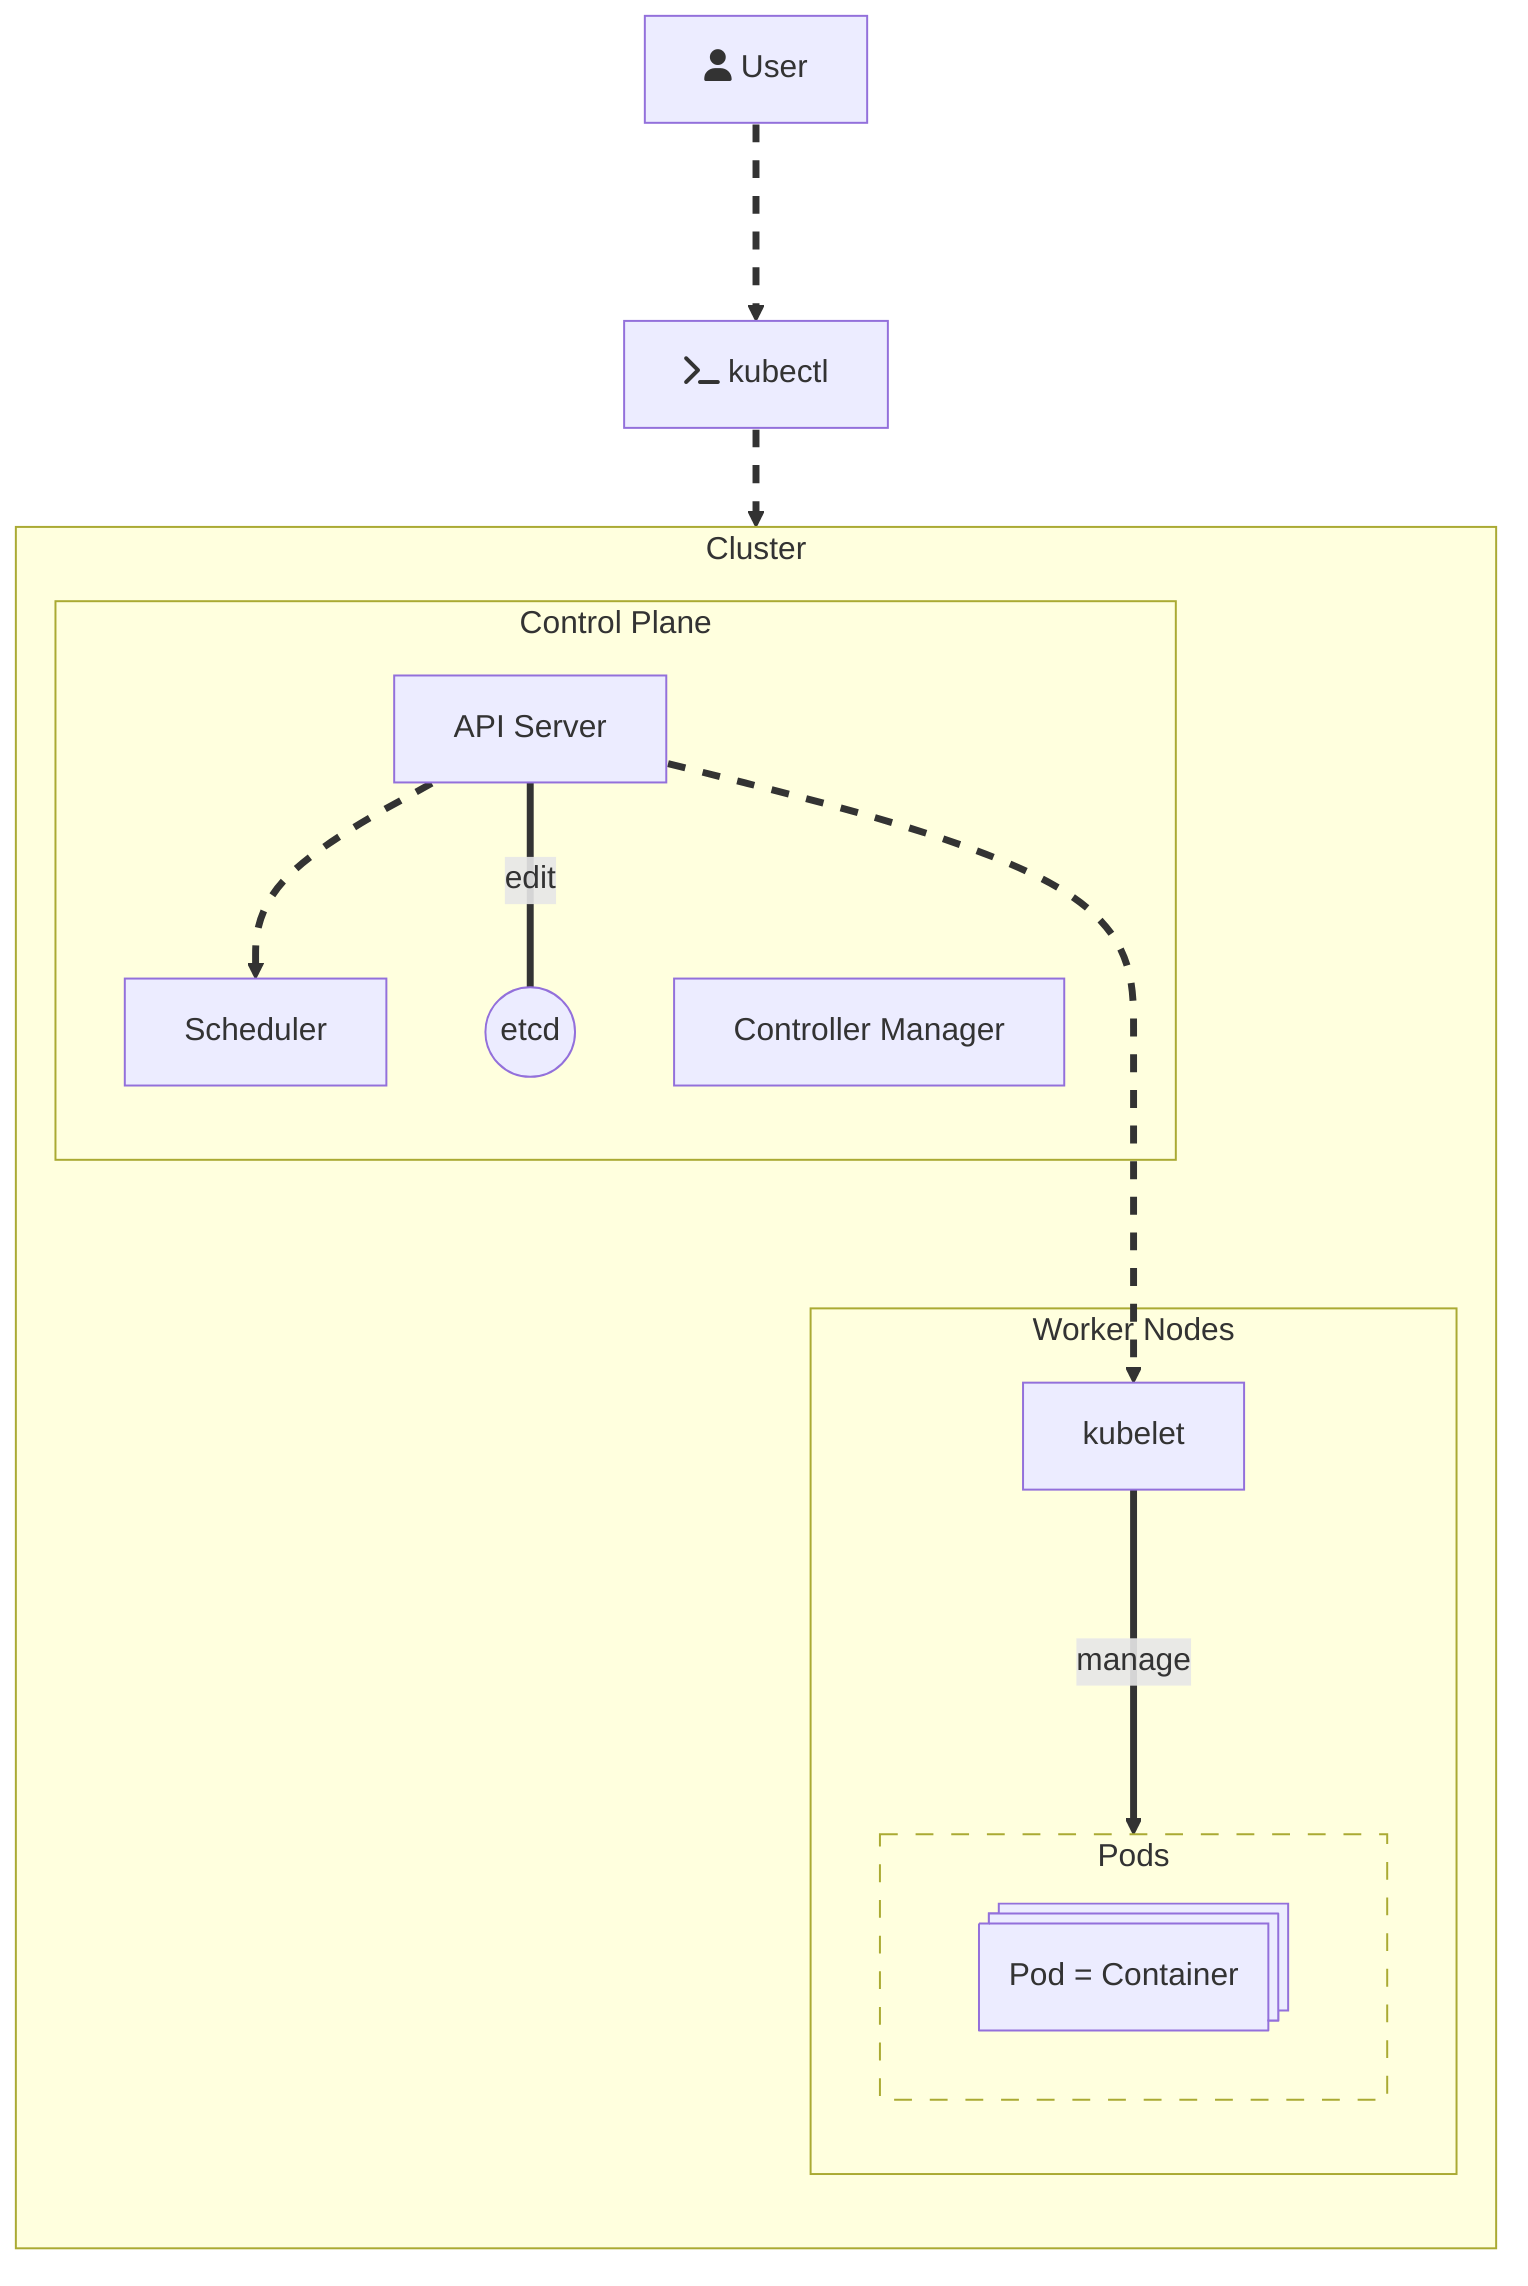
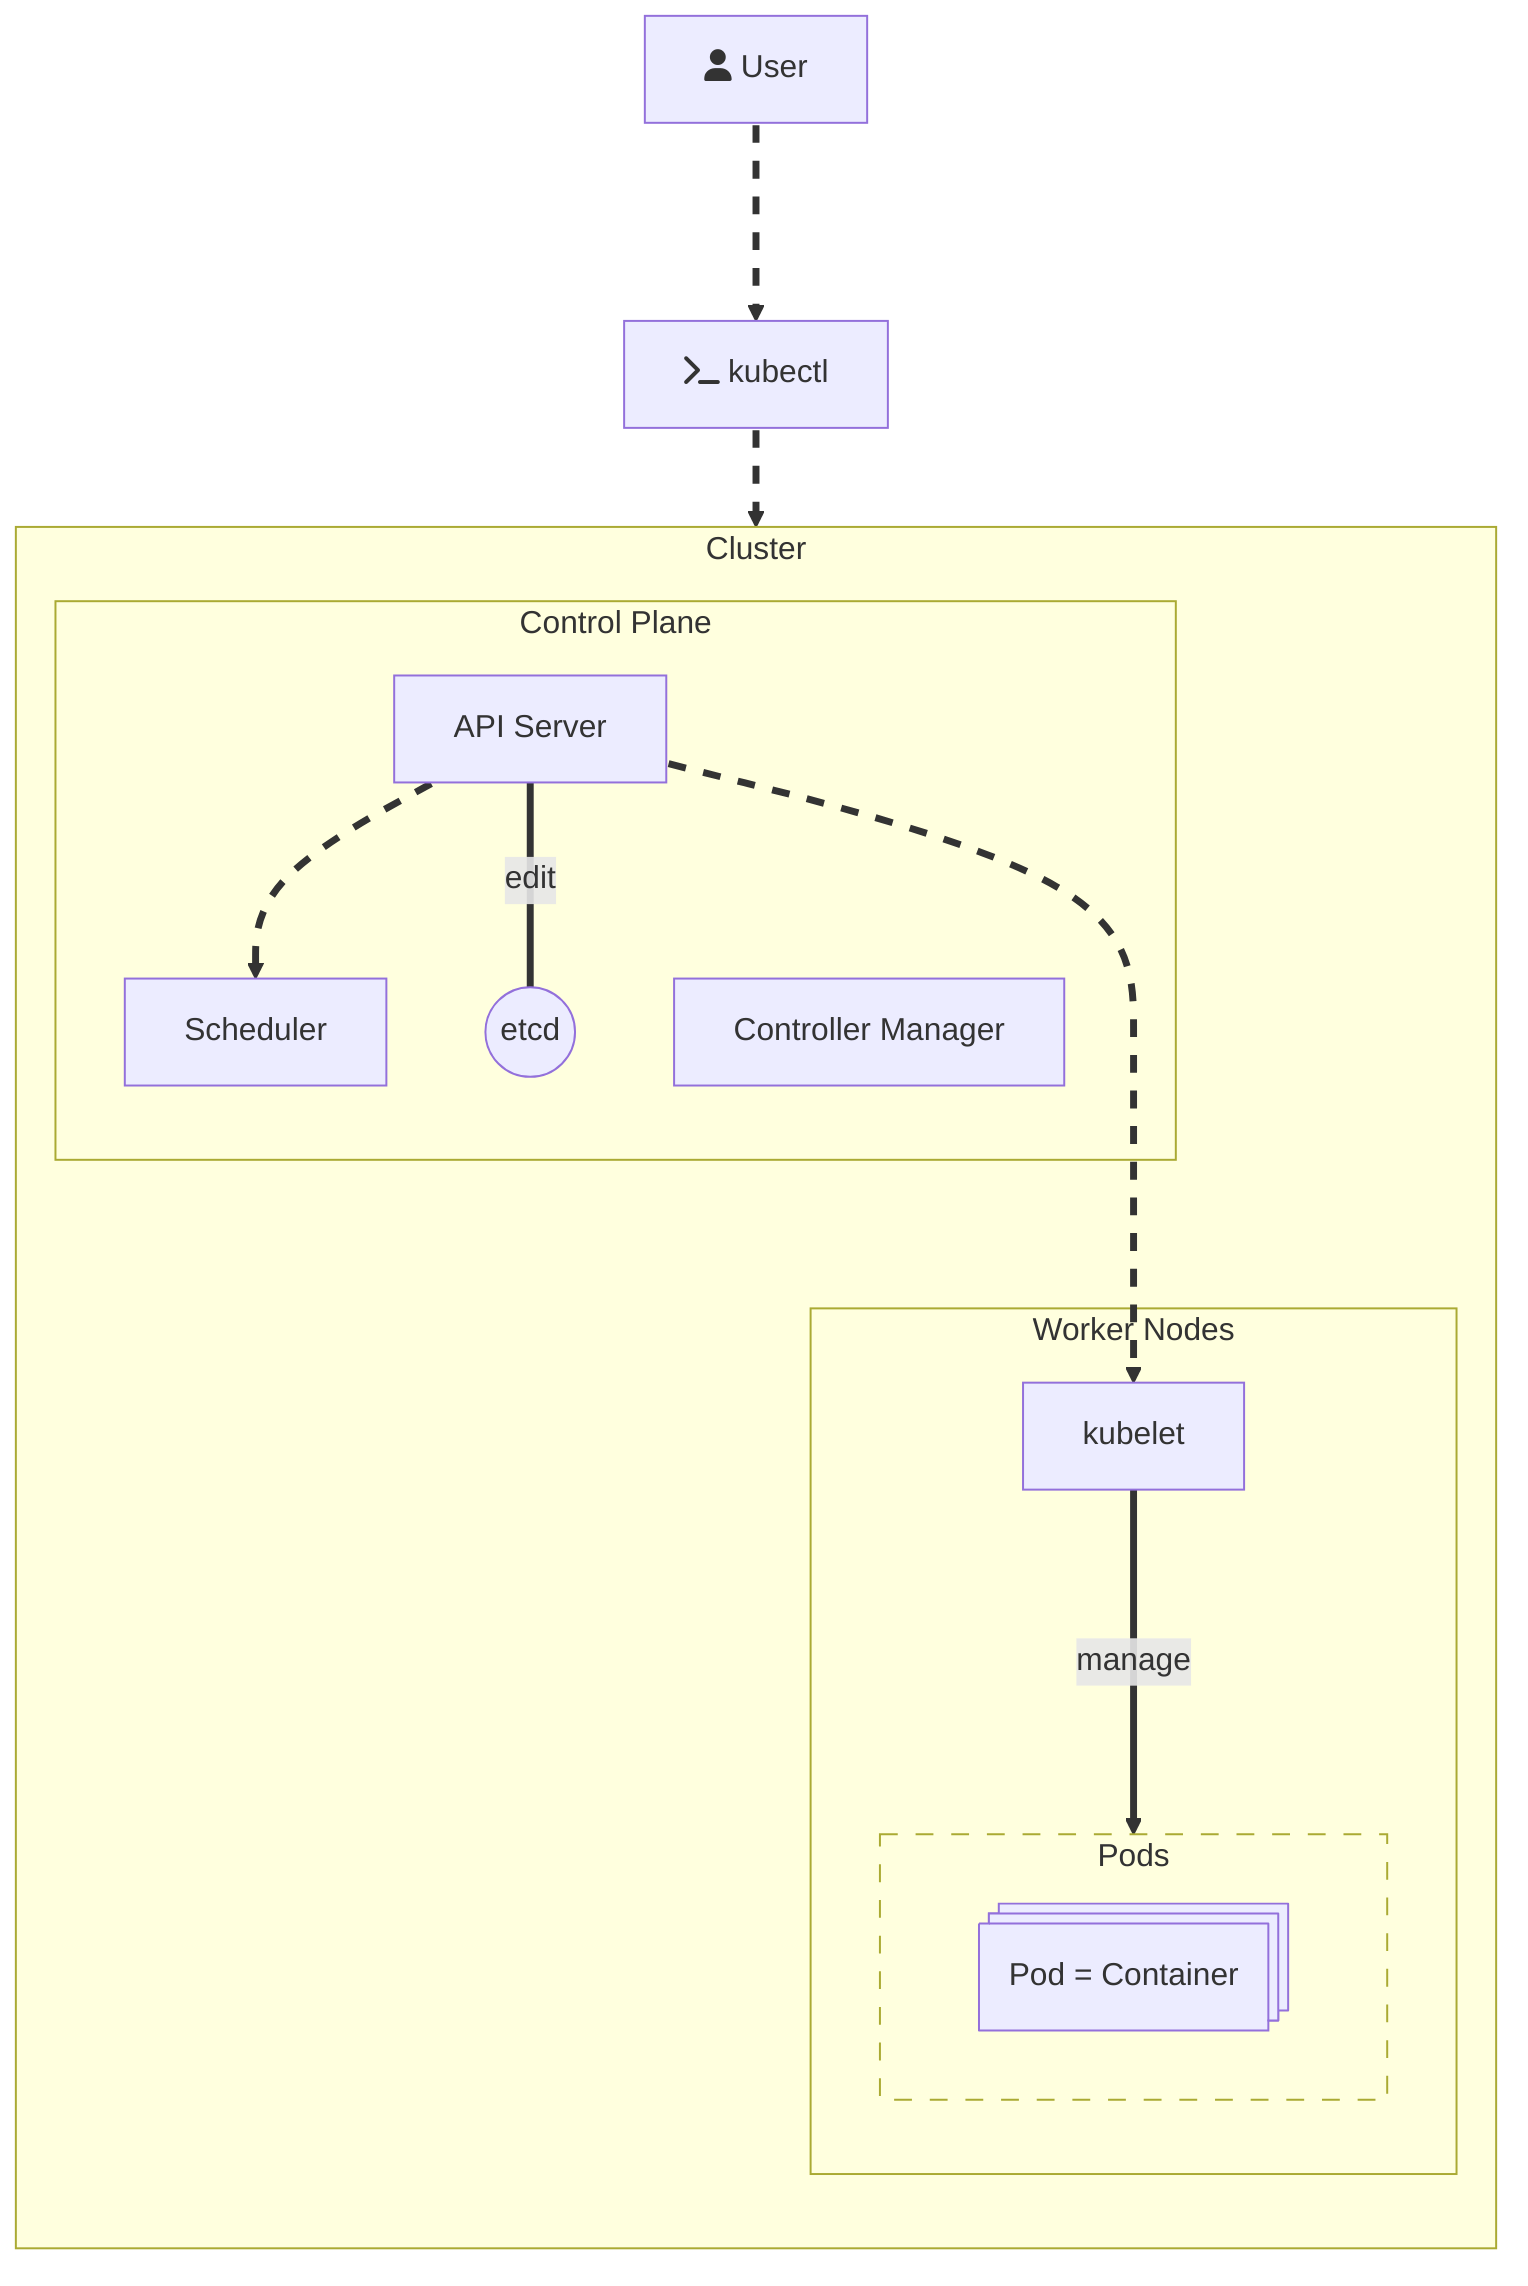
flowchart TB

    User["fa:fa-user User"]
    kubectl["fa:fa-terminal kubectl"]

    subgraph Cluster
        direction TB
        subgraph ControlPlane["Control Plane"]
            API[API Server] c3@==> Scheduler
            API ===|edit| etcd((etcd))
            ControllerManager["Controller Manager"]
        end
        subgraph WorkerNodes["Worker Nodes"]
            kubelet["kubelet"]
            subgraph PodsContainer["Pods"]
              direction LR
              Pod@{ shape: st-rect, label: "Pod = Container"}
            end
            kubelet ===>|manage| PodsContainer
        end
    end

    User c1@===> kubectl c2@==> API
    API c4@===> kubelet



      classDef animate stroke-dasharray: 9,5,stroke-dashoffset: 900,animation: dash 50s linear infinite;
    class c1,c2,c3,c4 animate

    class PodsContainer structurevarint
      classDef structurevarint stroke-dasharray: 9,5,stroke-dashoffset: 900,animation: dash 50s linear infinite, corners: round;

- click User "jfdhfkljh lj lkfjslafkjsalfkjs"
+ click User / "jfdhfkljh lj lkfjslafkjsalfkjs"
